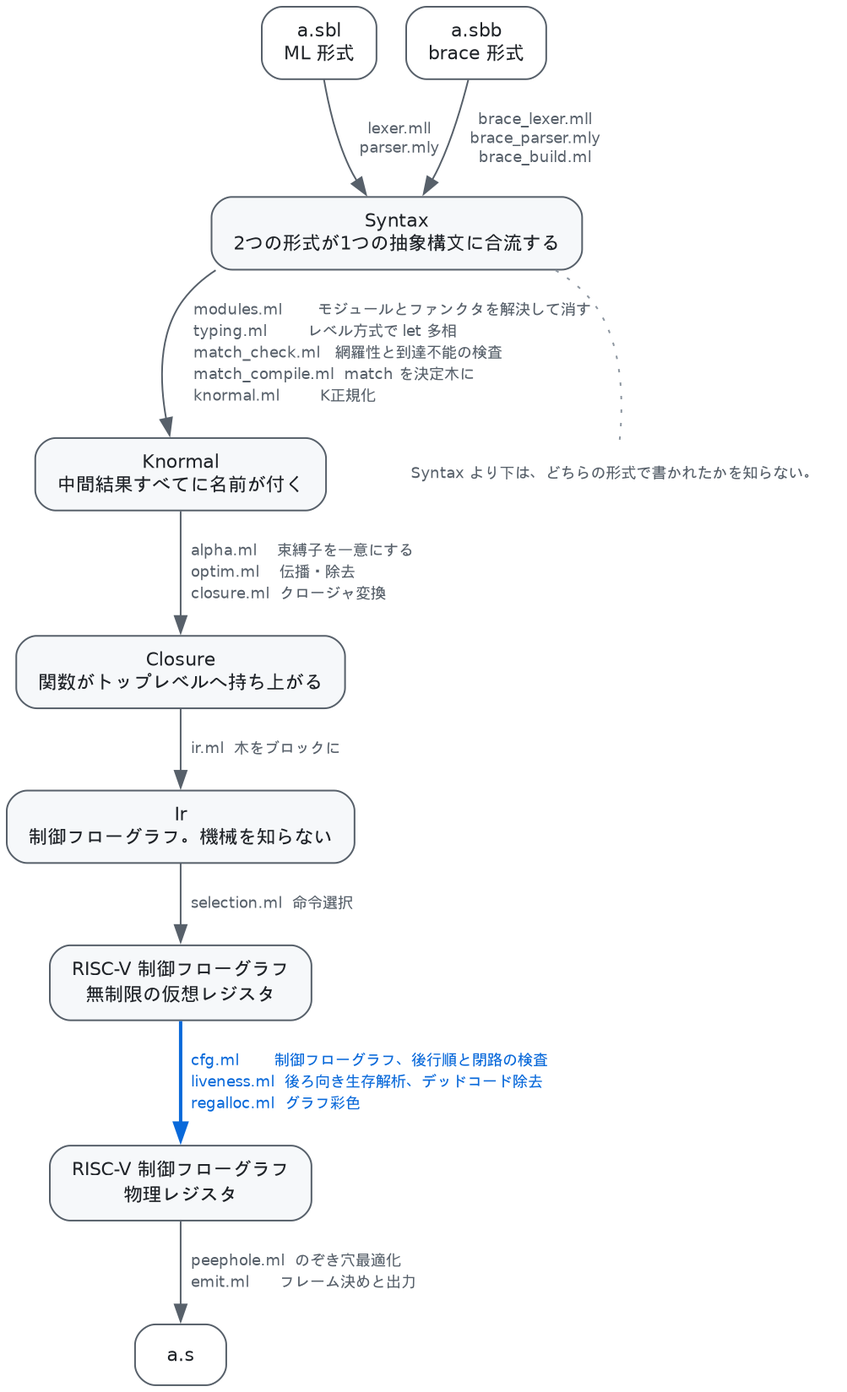
Above: Sable/compiler/doc/figures/pipeline.png in aita/CompLab (Graphviz), before the change. Its source is kept beside it as Sable/compiler/doc/figures/pipeline.dot.
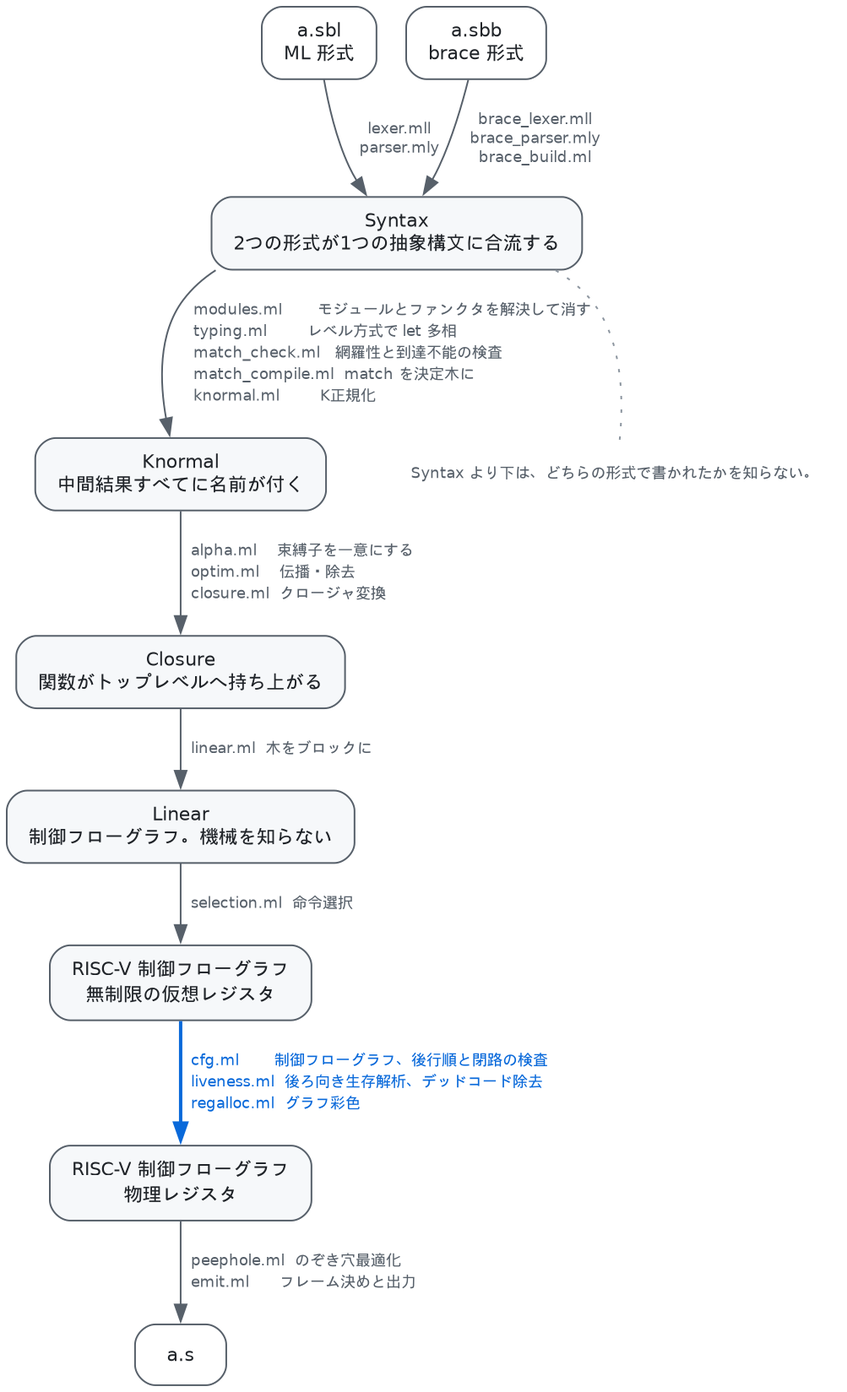
The same diagram one commit later.

Change to the diagram source:
```diff
@@ -14,7 +14,7 @@
   syntax  [label = "Syntax\n2つの形式が1つの抽象構文に合流する"];
   knf     [label = "Knormal\n中間結果すべてに名前が付く"];
   closure [label = "Closure\n関数がトップレベルへ持ち上がる"];
-  graph_ir [label = "Ir\n制御フローグラフ。機械を知らない"];
+  graph_ir [label = "Linear\n制御フローグラフ。機械を知らない"];
   virtual [label = "RISC-V 制御フローグラフ\n無制限の仮想レジスタ"];
   machine [label = "RISC-V 制御フローグラフ\n物理レジスタ"];
   asm     [label = "a.s", fillcolor = "#ffffff"];
@@ -32,7 +32,7 @@
 optim.ml    伝播・除去\l  \
 closure.ml  クロージャ変換\l"];
 
-  closure -> graph_ir [label = "  ir.ml  木をブロックに"];
+  closure -> graph_ir [label = "  linear.ml  木をブロックに"];
 
   graph_ir -> virtual [label = "  selection.ml  命令選択"];
 
```
